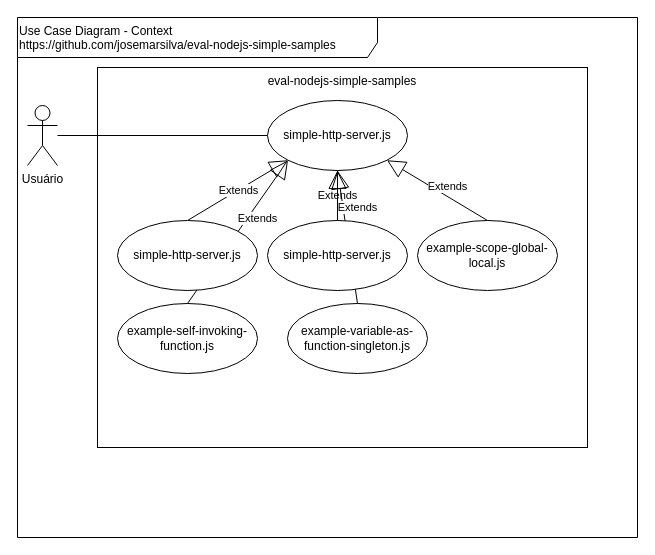
Earlier version of the draw.io diagram doc/UseCaseDiagram-Context.drawio (josemarsilva/eval-nodejs-simple-samples). Source tidied: cells renumbered, new cells numbered last; positions are measured from the earlier drawing's top-left corner, leaving out a move shared by most shapes. Both pictures are drawn from the tidied source at 100%, with x=0, y=0 at pixel (17, 17).
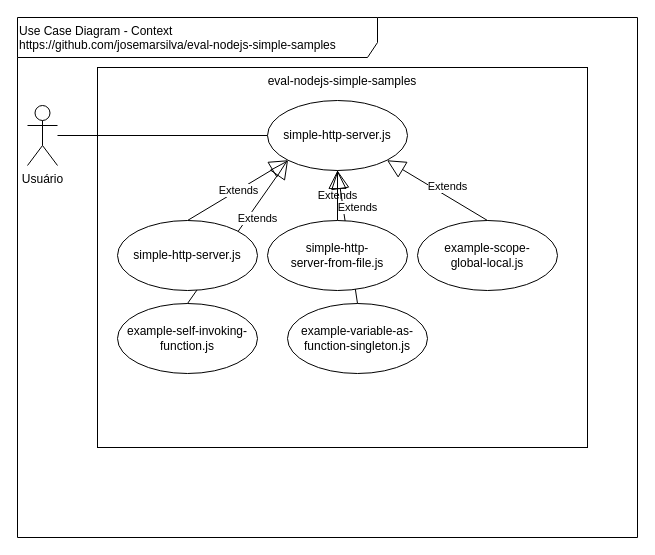
After the change.

The edit, as a diff of the source:
```diff
@@
 <mxGraphModel>
   <root>
     <mxCell id="0" />
     <mxCell id="1" parent="0" />
     <mxCell id="2" value="Use Case Diagram - Context&lt;br&gt;https://github.com/josemarsilva/eval-nodejs-simple-samples" style="shape=umlFrame;whiteSpace=wrap;html=1;width=360;height=40;verticalAlign=top;align=left;" parent="1" vertex="1">
       <mxGeometry width="620" height="520" as="geometry" />
     </mxCell>
     <mxCell id="3" value="&lt;div style=&quot;text-align: center&quot;&gt;&lt;span&gt;Usuário&lt;/span&gt;&lt;/div&gt;" style="shape=umlActor;verticalLabelPosition=bottom;labelBackgroundColor=#ffffff;verticalAlign=top;html=1;align=center;" parent="1" vertex="1">
       <mxGeometry x="10" y="88" width="30" height="60" as="geometry" />
     </mxCell>
     <mxCell id="4" value="eval-nodejs-simple-samples" style="rounded=0;whiteSpace=wrap;html=1;align=center;verticalAlign=top;" parent="1" vertex="1">
       <mxGeometry x="80" y="50" width="490" height="380" as="geometry" />
     </mxCell>
     <mxCell id="5" style="edgeStyle=orthogonalEdgeStyle;rounded=0;jettySize=auto;html=1;endArrow=none;endFill=0;entryX=0;entryY=0.5;entryDx=0;entryDy=0;" parent="1" edge="1" source="3" target="9">
       <mxGeometry relative="1" as="geometry" />
     </mxCell>
-    <mxCell id="6" value="example-scope-global-local.js" style="ellipse;whiteSpace=wrap;html=1;align=center;" parent="1" vertex="1">
+    <mxCell id="6" value="&lt;span style=&quot;text-align: left ; white-space: nowrap&quot;&gt;example-scope-&lt;/span&gt;&lt;br style=&quot;padding: 0px ; margin: 0px ; text-align: left ; white-space: nowrap&quot;&gt;&lt;span style=&quot;text-align: left ; white-space: nowrap&quot;&gt;global-local.js&lt;/span&gt;" style="ellipse;whiteSpace=wrap;html=1;align=center;" parent="1" vertex="1">
       <mxGeometry x="400" y="203" width="140" height="70" as="geometry" />
     </mxCell>
     <mxCell id="7" value="example-self-invoking-function.js" style="ellipse;whiteSpace=wrap;html=1;align=center;" parent="1" vertex="1">
       <mxGeometry x="100" y="286" width="140" height="70" as="geometry" />
     </mxCell>
     <mxCell id="8" value="example-variable-as-function-singleton.js" style="ellipse;whiteSpace=wrap;html=1;align=center;" parent="1" vertex="1">
       <mxGeometry x="270" y="286" width="140" height="70" as="geometry" />
     </mxCell>
     <mxCell id="9" value="simple-http-server.js" style="ellipse;whiteSpace=wrap;html=1;align=center;" parent="1" vertex="1">
       <mxGeometry x="250" y="83" width="140" height="70" as="geometry" />
     </mxCell>
     <mxCell id="10" value="Extends" style="endArrow=block;endSize=16;endFill=0;html=1;entryX=0;entryY=1;entryDx=0;entryDy=0;exitX=0.5;exitY=0;exitDx=0;exitDy=0;" parent="1" edge="1" source="16" target="9">
       <mxGeometry relative="1" as="geometry" />
     </mxCell>
     <mxCell id="11" value="Extends" style="endArrow=block;endSize=16;endFill=0;html=1;entryX=0;entryY=1;entryDx=0;entryDy=0;exitX=0.5;exitY=0;exitDx=0;exitDy=0;" parent="1" edge="1" source="7" target="9">
       <mxGeometry x="0.26" y="-8" relative="1" as="geometry" />
     </mxCell>
     <mxCell id="12" value="Extends" style="endArrow=block;endSize=16;endFill=0;html=1;entryX=0.5;entryY=1;entryDx=0;entryDy=0;exitX=0.5;exitY=0;exitDx=0;exitDy=0;" parent="1" edge="1" source="15" target="9">
       <mxGeometry relative="1" as="geometry" />
     </mxCell>
     <mxCell id="13" value="Extends" style="endArrow=block;endSize=16;endFill=0;html=1;entryX=0.5;entryY=1;entryDx=0;entryDy=0;exitX=0.5;exitY=0;exitDx=0;exitDy=0;" parent="1" edge="1" source="8" target="9">
       <mxGeometry x="0.41" y="-14" relative="1" as="geometry" />
     </mxCell>
     <mxCell id="14" style="edgeStyle=none;rounded=0;jettySize=auto;html=1;endArrow=none;endFill=0;" parent="1" edge="1" source="15" target="9">
       <mxGeometry relative="1" as="geometry" />
     </mxCell>
-    <mxCell id="15" value="simple-http-server.js" style="ellipse;whiteSpace=wrap;html=1;align=center;" parent="1" vertex="1">
+    <mxCell id="15" value="&lt;span style=&quot;text-align: left ; white-space: nowrap&quot;&gt;simple-http-&lt;/span&gt;&lt;br style=&quot;padding: 0px ; margin: 0px ; text-align: left ; white-space: nowrap&quot;&gt;&lt;span style=&quot;text-align: left ; white-space: nowrap&quot;&gt;server-from-file.js&lt;br&gt;&lt;/span&gt;" style="ellipse;whiteSpace=wrap;html=1;align=center;" parent="1" vertex="1">
       <mxGeometry x="250" y="203" width="140" height="70" as="geometry" />
     </mxCell>
     <mxCell id="16" value="simple-http-server.js" style="ellipse;whiteSpace=wrap;html=1;align=center;" parent="1" vertex="1">
       <mxGeometry x="100" y="203" width="140" height="70" as="geometry" />
     </mxCell>
     <mxCell id="17" value="Extends" style="endArrow=block;endSize=16;endFill=0;html=1;entryX=1;entryY=1;entryDx=0;entryDy=0;exitX=0.5;exitY=0;exitDx=0;exitDy=0;" parent="1" edge="1" source="6" target="9">
       <mxGeometry x="-0.12" y="-8" relative="1" as="geometry" />
     </mxCell>
   </root>
 </mxGraphModel>
```
